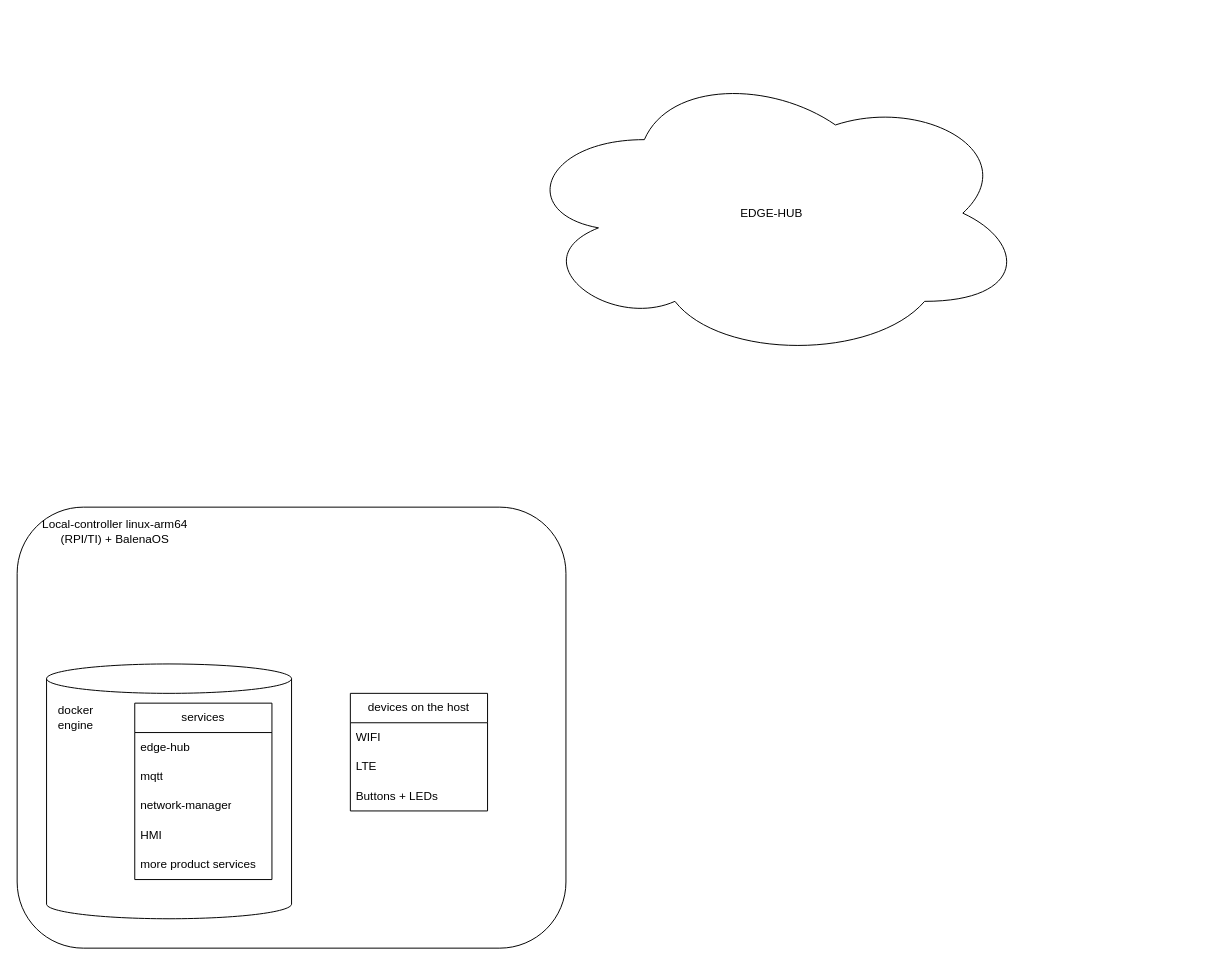
This is Untitled Diagram.drawio from 2shpatz/HMI-GO, a draw.io file, before an edit. Source tidied: cells renumbered, new cells numbered last; positions are measured from the earlier drawing's top-left corner, leaving out a move shared by most shapes. Both pictures are drawn from the tidied source at 98%, with x=0, y=0 at pixel (17, 66).
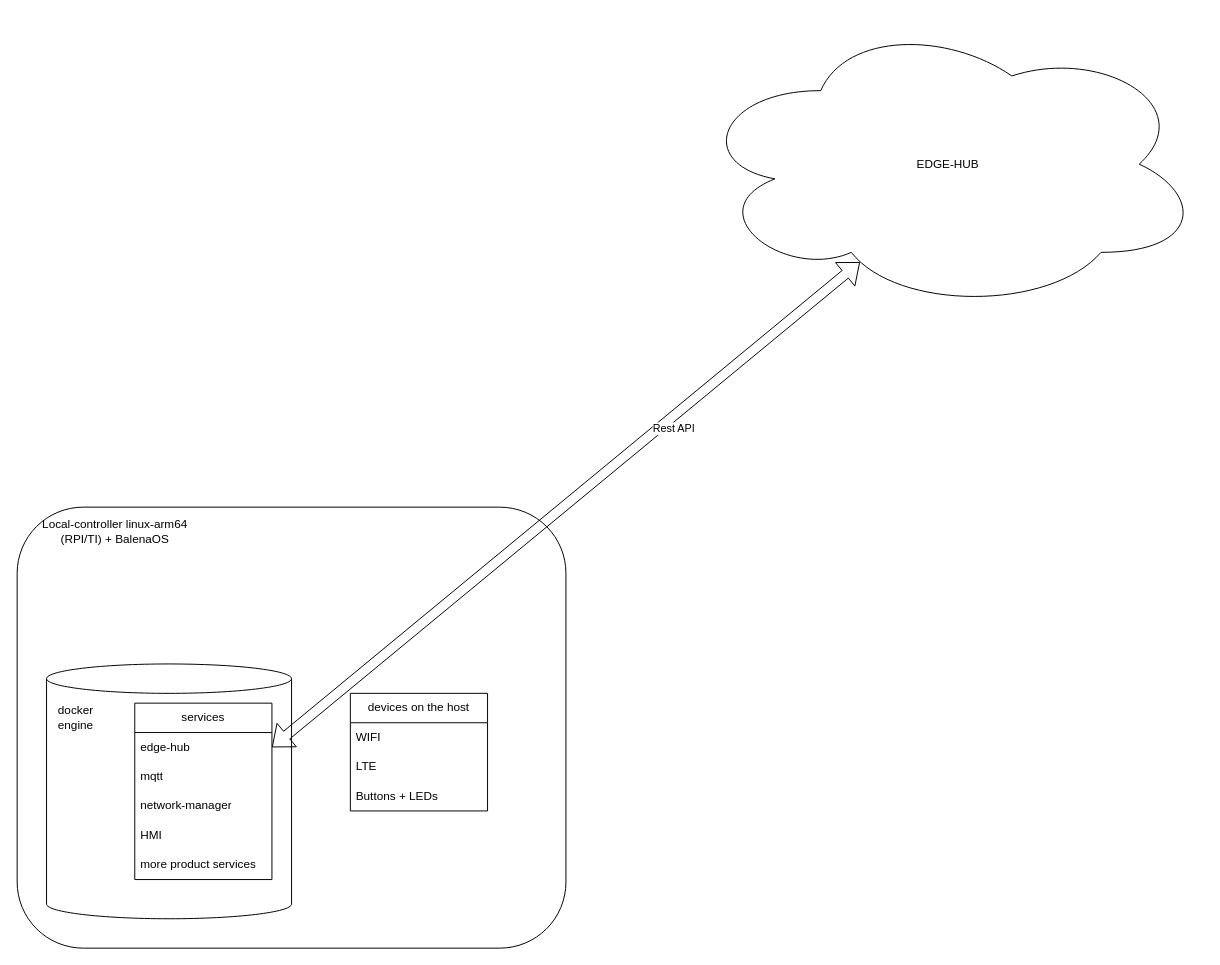
Above is the later version.

The change refers to these unchanged cells:
```xml
<mxCell id="5" value="edge-hub" style="text;strokeColor=none;fillColor=none;align=left;verticalAlign=middle;spacingLeft=4;spacingRight=4;overflow=hidden;points=[[0,0.5],[1,0.5]];portConstraint=eastwest;whiteSpace=wrap;html=1;" parent="4" vertex="1">
  <mxGeometry y="30" width="140" height="30" as="geometry" />
</mxCell>
```

The edit, as a diff of the source:
```diff
@@
     <mxCell id="16" value="EDGE-HUB" style="ellipse;shape=cloud;whiteSpace=wrap;html=1;" parent="1" vertex="1">
-      <mxGeometry x="510" width="520" height="300" as="geometry" />
+      <mxGeometry x="690" y="-50" width="520" height="300" as="geometry" />
     </mxCell>
+    <mxCell id="17" style="shape=flexArrow;endArrow=classic;startArrow=classic;html=1;rounded=0;exitX=1;exitY=0.5;exitDx=0;exitDy=0;" parent="1" edge="1" source="5">
+      <mxGeometry relative="1" as="geometry">
+        <mxPoint x="860" y="200" as="targetPoint" />
+      </mxGeometry>
+    </mxCell>
+    <mxCell id="18" value="Rest API" style="edgeLabel;html=1;align=center;verticalAlign=middle;" parent="17" vertex="1">
+      <mxGeometry x="0.33" y="8" relative="1" as="geometry">
+        <mxPoint x="16" y="10" as="offset" />
+      </mxGeometry>
+    </mxCell>
```
